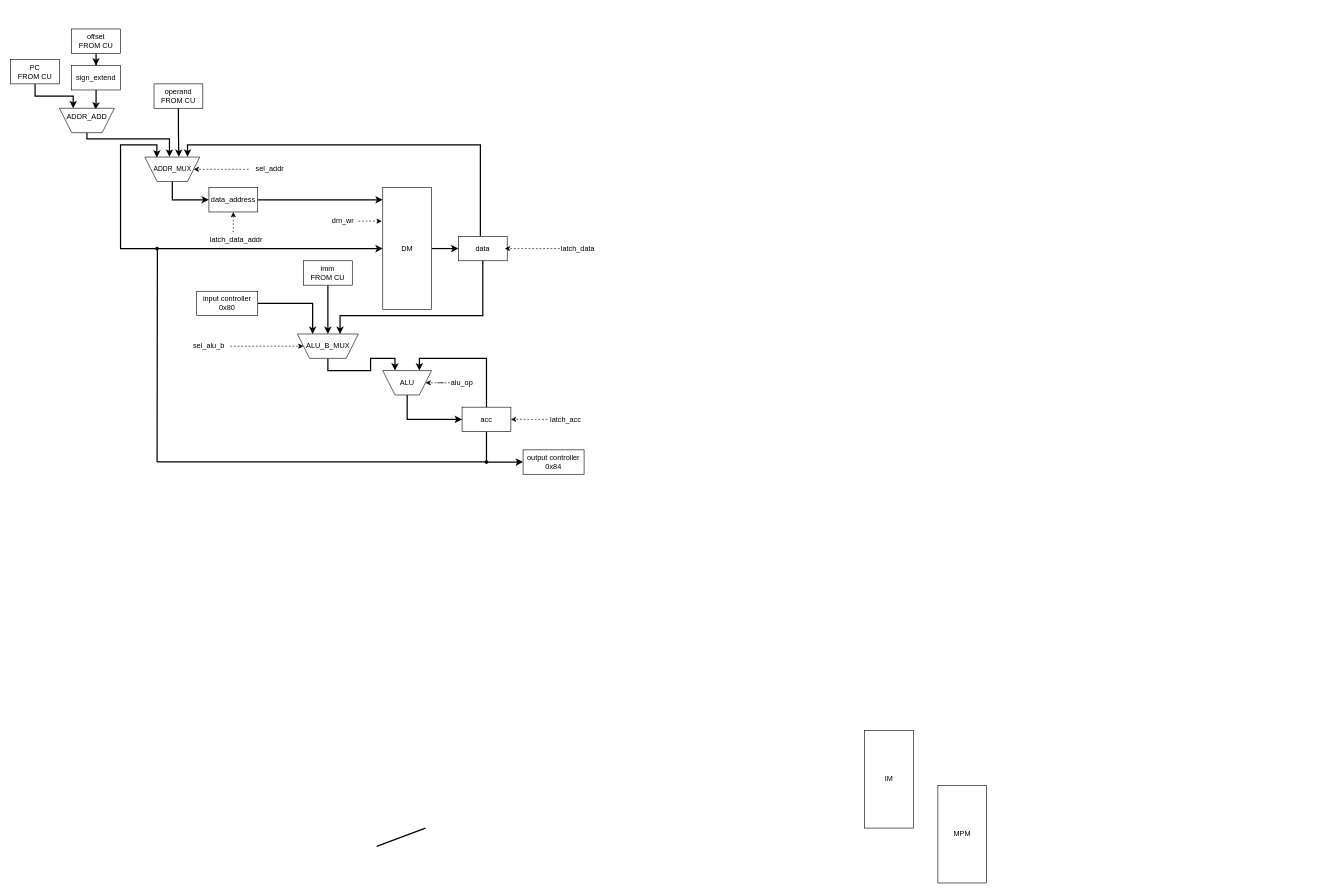
Above: csa/lab3/scheme/scheme.drawio in Miwm64/itmo_cse (draw.io), before the change. Source tidied: cells renumbered, new cells numbered last; positions are measured from the earlier drawing's top-left corner, leaving out a move shared by most shapes. Both pictures are drawn from the tidied source at 61%, with x=0, y=0 at pixel (10, 29).
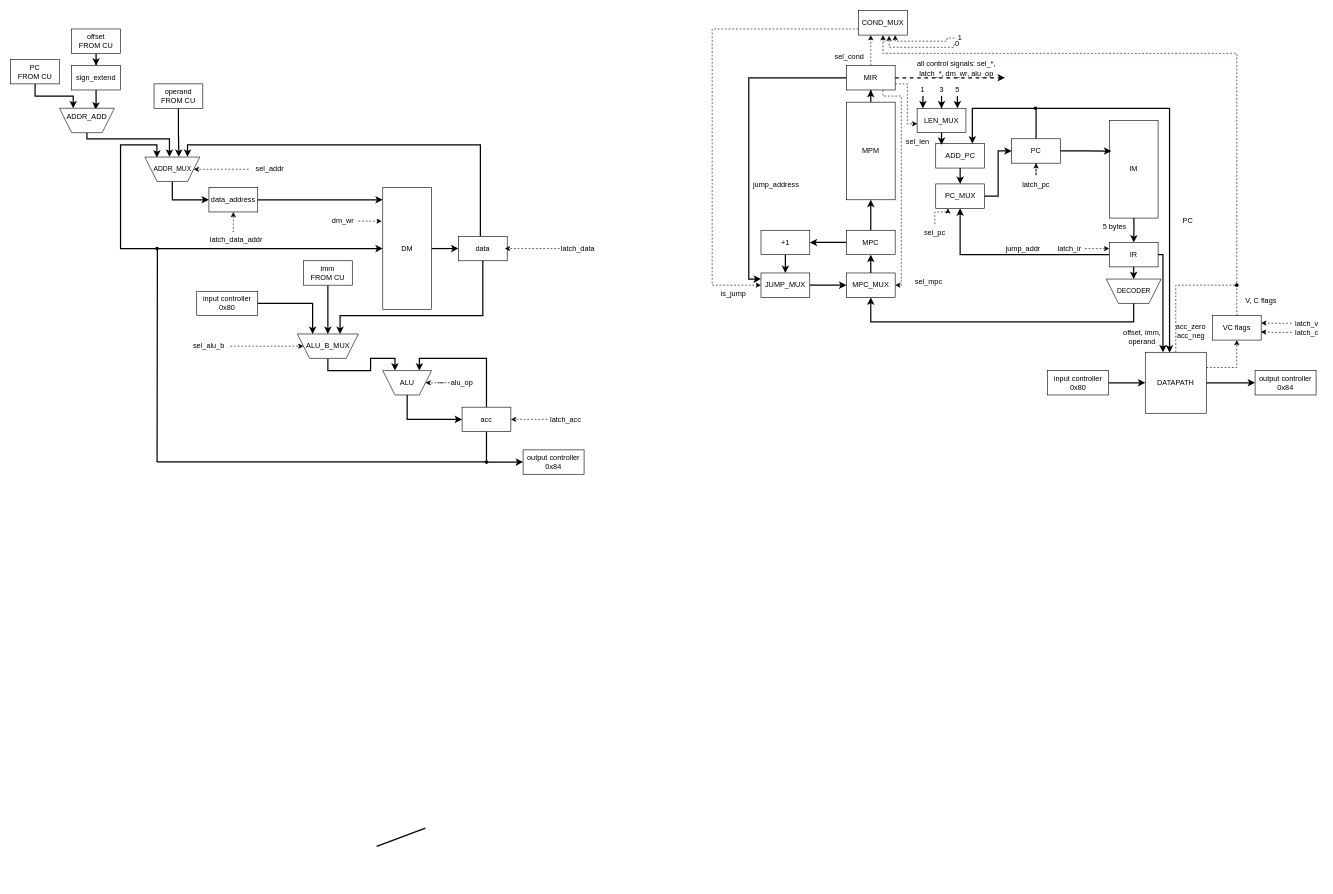
After the change.

Change to the diagram source:
```diff
@@
+    <mxCell id="63" style="edgeStyle=orthogonalEdgeStyle;rounded=0;jettySize=auto;html=1;entryX=0.5;entryY=0;entryDx=0;entryDy=0;strokeWidth=2;" parent="1" edge="1" target="90">
+      <mxGeometry relative="1" as="geometry">
+        <mxPoint x="1841" y="300" as="sourcePoint" />
+      </mxGeometry>
+    </mxCell>
     <mxCell id="4" value="IM" style="rounded=0;whiteSpace=wrap;html=1;" parent="1" vertex="1">
-      <mxGeometry x="1400" y="1150" width="80" height="160" as="geometry" />
+      <mxGeometry x="1801" y="150" width="80" height="160" as="geometry" />
     </mxCell>
+    <mxCell id="64" style="edgeStyle=orthogonalEdgeStyle;rounded=0;jettySize=auto;html=1;strokeWidth=2;" parent="1" edge="1" source="5" target="105">
+      <mxGeometry relative="1" as="geometry" />
+    </mxCell>
     <mxCell id="5" value="MPM" style="rounded=0;whiteSpace=wrap;html=1;" parent="1" vertex="1">
-      <mxGeometry x="1520" y="1240" width="80" height="160" as="geometry" />
+      <mxGeometry x="1370" y="120" width="80" height="160" as="geometry" />
     </mxCell>
@@
+    <mxCell id="65" style="edgeStyle=orthogonalEdgeStyle;rounded=0;jettySize=auto;html=1;strokeWidth=2;endArrow=none;endFill=0;" parent="1" edge="1" source="66">
+      <mxGeometry relative="1" as="geometry">
+        <mxPoint x="1681" y="130" as="targetPoint" />
+      </mxGeometry>
+    </mxCell>
+    <mxCell id="66" value="PC" style="rounded=0;whiteSpace=wrap;html=1;" parent="1" vertex="1">
+      <mxGeometry x="1641" y="180" width="80" height="40" as="geometry" />
+    </mxCell>
+    <mxCell id="67" style="group;" parent="1" vertex="1">
+      <mxGeometry x="1796" y="410" width="90" height="40" as="geometry" />
+    </mxCell>
+    <mxCell id="68" style="shape=trapezoid;perimeter=trapezoidPerimeter;whiteSpace=wrap;html=1;shapeInside=1;fixedSize=1;size=20;rotation=-180;" parent="67" vertex="1">
+      <mxGeometry width="90" height="40" as="geometry" />
+    </mxCell>
+    <mxCell id="69" value="DECODER" style="text;html=1;whiteSpace=wrap;strokeColor=none;fillColor=none;align=center;verticalAlign=middle;rounded=0;fontSize=11;" parent="67" vertex="1">
+      <mxGeometry x="5.6" y="5" width="78.8" height="30" as="geometry" />
+    </mxCell>
+    <mxCell id="70" style="edgeStyle=orthogonalEdgeStyle;rounded=0;jettySize=auto;html=1;entryX=0.5;entryY=1;entryDx=0;entryDy=0;exitX=1;exitY=0.25;exitDx=0;exitDy=0;strokeWidth=1;dashed=1;" parent="1" edge="1" source="73" target="78">
+      <mxGeometry relative="1" as="geometry" />
+    </mxCell>
+    <mxCell id="71" style="edgeStyle=orthogonalEdgeStyle;rounded=0;jettySize=auto;html=1;entryX=0;entryY=0.5;entryDx=0;entryDy=0;strokeWidth=2;" parent="1" edge="1" source="73" target="74">
+      <mxGeometry relative="1" as="geometry" />
+    </mxCell>
+    <mxCell id="72" style="edgeStyle=orthogonalEdgeStyle;rounded=0;jettySize=auto;html=1;endArrow=none;endFill=0;dashed=1;exitX=0.5;exitY=0;exitDx=0;exitDy=0;" parent="1" edge="1" source="73" target="112">
+      <mxGeometry relative="1" as="geometry">
+        <Array as="points">
+          <mxPoint x="1910" y="420" />
+        </Array>
+      </mxGeometry>
+    </mxCell>
+    <mxCell id="73" value="DATAPATH" style="rounded=0;whiteSpace=wrap;html=1;" parent="1" vertex="1">
+      <mxGeometry x="1860" y="530" width="100" height="100" as="geometry" />
+    </mxCell>
+    <mxCell id="74" value="output controller&lt;div&gt;0x84&lt;/div&gt;" style="rounded=0;whiteSpace=wrap;html=1;" parent="1" vertex="1">
+      <mxGeometry x="2040" y="560" width="100" height="40" as="geometry" />
+    </mxCell>
+    <mxCell id="75" style="edgeStyle=orthogonalEdgeStyle;rounded=0;jettySize=auto;html=1;entryX=0;entryY=0.5;entryDx=0;entryDy=0;strokeWidth=2;" parent="1" edge="1" source="76" target="73">
+      <mxGeometry relative="1" as="geometry" />
+    </mxCell>
+    <mxCell id="76" value="input controller&lt;div&gt;0x80&lt;/div&gt;" style="rounded=0;whiteSpace=wrap;html=1;" parent="1" vertex="1">
+      <mxGeometry x="1700" y="560" width="100" height="40" as="geometry" />
+    </mxCell>
+    <mxCell id="77" style="edgeStyle=orthogonalEdgeStyle;rounded=0;jettySize=auto;html=1;exitX=0.5;exitY=0;exitDx=0;exitDy=0;shadow=1;strokeWidth=1;dashed=1;entryX=0.5;entryY=1;entryDx=0;entryDy=0;" parent="1" edge="1" source="78" target="107">
+      <mxGeometry relative="1" as="geometry">
+        <Array as="points">
+          <mxPoint x="2010" y="40" />
+          <mxPoint x="1430" y="40" />
+        </Array>
+      </mxGeometry>
+    </mxCell>
+    <mxCell id="78" value="VC flags" style="rounded=0;whiteSpace=wrap;html=1;" parent="1" vertex="1">
+      <mxGeometry x="1970" y="470" width="80" height="40" as="geometry" />
+    </mxCell>
+    <mxCell id="79" value="latch_v&lt;div&gt;latch_c&lt;/div&gt;" style="text;html=1;whiteSpace=wrap;strokeColor=none;fillColor=none;align=center;verticalAlign=middle;rounded=0;" parent="1" vertex="1">
+      <mxGeometry x="2100" y="475" width="50" height="30" as="geometry" />
+    </mxCell>
+    <mxCell id="80" style="edgeStyle=orthogonalEdgeStyle;rounded=0;jettySize=auto;html=1;entryX=0.999;entryY=0.302;entryDx=0;entryDy=0;dashed=1;exitX=0;exitY=0.25;exitDx=0;exitDy=0;entryPerimeter=0;" parent="1" edge="1" source="79" target="78">
+      <mxGeometry relative="1" as="geometry" />
+    </mxCell>
+    <mxCell id="81" style="edgeStyle=orthogonalEdgeStyle;rounded=0;jettySize=auto;html=1;entryX=0.993;entryY=0.666;entryDx=0;entryDy=0;entryPerimeter=0;exitX=0;exitY=0.75;exitDx=0;exitDy=0;dashed=1;" parent="1" edge="1" source="79" target="78">
+      <mxGeometry relative="1" as="geometry" />
+    </mxCell>
+    <mxCell id="82" style="edgeStyle=orthogonalEdgeStyle;rounded=0;jettySize=auto;html=1;entryX=0.5;entryY=0;entryDx=0;entryDy=0;endArrow=none;endFill=0;startArrow=classic;startFill=1;exitX=0.5;exitY=1;exitDx=0;exitDy=0;strokeWidth=2;" parent="1" edge="1" source="96" target="68">
+      <mxGeometry relative="1" as="geometry">
+        <Array as="points">
+          <mxPoint x="1410" y="480.1" />
+          <mxPoint x="1841" y="480.1" />
+        </Array>
+      </mxGeometry>
+    </mxCell>
+    <mxCell id="83" style="edgeStyle=orthogonalEdgeStyle;rounded=0;jettySize=auto;html=1;entryX=0.5;entryY=1;entryDx=0;entryDy=0;strokeWidth=2;" parent="1" edge="1" source="85" target="5">
+      <mxGeometry relative="1" as="geometry" />
+    </mxCell>
+    <mxCell id="84" style="edgeStyle=orthogonalEdgeStyle;rounded=0;jettySize=auto;html=1;entryX=1;entryY=0.5;entryDx=0;entryDy=0;strokeWidth=2;" parent="1" edge="1" source="85" target="98">
+      <mxGeometry relative="1" as="geometry" />
+    </mxCell>
+    <mxCell id="85" value="M&lt;span style=&quot;background-color: transparent; color: light-dark(rgb(0, 0, 0), rgb(255, 255, 255));&quot;&gt;PC&lt;/span&gt;" style="rounded=0;whiteSpace=wrap;html=1;" parent="1" vertex="1">
+      <mxGeometry x="1370" y="330" width="80" height="40" as="geometry" />
+    </mxCell>
+    <mxCell id="86" style="edgeStyle=orthogonalEdgeStyle;rounded=0;jettySize=auto;html=1;entryX=0.041;entryY=0.376;entryDx=0;entryDy=0;entryPerimeter=0;strokeWidth=2;" parent="1" edge="1" source="66">
+      <mxGeometry relative="1" as="geometry">
+        <mxPoint x="1804.3" y="200.2" as="targetPoint" />
+      </mxGeometry>
+    </mxCell>
+    <mxCell id="87" style="edgeStyle=orthogonalEdgeStyle;rounded=0;jettySize=auto;html=1;entryX=0.5;entryY=1;entryDx=0;entryDy=0;strokeWidth=2;" parent="1" edge="1" target="68">
+      <mxGeometry relative="1" as="geometry">
+        <mxPoint x="1841" y="380" as="sourcePoint" />
+      </mxGeometry>
+    </mxCell>
+    <mxCell id="88" style="edgeStyle=orthogonalEdgeStyle;rounded=0;orthogonalLoop=1;jettySize=auto;html=1;strokeWidth=2;" parent="1" edge="1">
+      <mxGeometry relative="1" as="geometry">
+        <mxPoint x="1870" y="370" as="sourcePoint" />
+        <mxPoint x="1889" y="530" as="targetPoint" />
+        <Array as="points">
+          <mxPoint x="1889" y="370" />
+          <mxPoint x="1889" y="530" />
+        </Array>
+      </mxGeometry>
+    </mxCell>
+    <mxCell id="89" style="edgeStyle=orthogonalEdgeStyle;rounded=0;jettySize=auto;html=1;entryX=0.5;entryY=1;entryDx=0;entryDy=0;strokeWidth=2;" parent="1" edge="1" source="90" target="125">
+      <mxGeometry relative="1" as="geometry" />
+    </mxCell>
+    <mxCell id="90" value="IR" style="rounded=0;whiteSpace=wrap;html=1;" parent="1" vertex="1">
+      <mxGeometry x="1801" y="350" width="80" height="40" as="geometry" />
+    </mxCell>
+    <mxCell id="91" value="latch_ir" style="text;html=1;whiteSpace=wrap;strokeColor=none;fillColor=none;align=center;verticalAlign=middle;rounded=0;" parent="1" vertex="1">
+      <mxGeometry x="1711" y="345" width="50" height="30" as="geometry" />
+    </mxCell>
+    <mxCell id="92" style="edgeStyle=orthogonalEdgeStyle;rounded=0;jettySize=auto;html=1;entryX=0;entryY=0.5;entryDx=0;entryDy=0;dashed=1;exitX=1;exitY=0.5;exitDx=0;exitDy=0;" parent="1" edge="1" source="91">
+      <mxGeometry relative="1" as="geometry">
+        <mxPoint x="1801" y="360" as="targetPoint" />
+      </mxGeometry>
+    </mxCell>
+    <mxCell id="93" style="edgeStyle=orthogonalEdgeStyle;rounded=0;jettySize=auto;html=1;entryX=0.5;entryY=1;entryDx=0;entryDy=0;dashed=1;" parent="1" edge="1" source="94" target="66">
+      <mxGeometry relative="1" as="geometry" />
+    </mxCell>
+    <mxCell id="94" value="latch_pc" style="text;html=1;whiteSpace=wrap;strokeColor=none;fillColor=none;align=center;verticalAlign=middle;rounded=0;" parent="1" vertex="1">
+      <mxGeometry x="1656" y="240" width="50" height="30" as="geometry" />
+    </mxCell>
+    <mxCell id="95" style="edgeStyle=orthogonalEdgeStyle;rounded=0;jettySize=auto;html=1;entryX=0.5;entryY=0;entryDx=0;entryDy=0;endArrow=none;endFill=0;startArrow=classic;startFill=1;exitX=0.5;exitY=1;exitDx=0;exitDy=0;strokeWidth=2;" parent="1" edge="1" source="85" target="96">
+      <mxGeometry relative="1" as="geometry" />
+    </mxCell>
+    <mxCell id="96" value="M&lt;span style=&quot;background-color: transparent; color: light-dark(rgb(0, 0, 0), rgb(255, 255, 255));&quot;&gt;PC_MUX&lt;/span&gt;" style="rounded=0;whiteSpace=wrap;html=1;" parent="1" vertex="1">
+      <mxGeometry x="1370" y="400" width="80" height="40" as="geometry" />
+    </mxCell>
+    <mxCell id="97" style="edgeStyle=orthogonalEdgeStyle;rounded=0;jettySize=auto;html=1;entryX=0.5;entryY=0;entryDx=0;entryDy=0;endArrow=classic;endFill=1;strokeWidth=2;" parent="1" edge="1" source="98" target="100">
+      <mxGeometry relative="1" as="geometry" />
+    </mxCell>
+    <mxCell id="98" value="+1" style="rounded=0;whiteSpace=wrap;html=1;" parent="1" vertex="1">
+      <mxGeometry x="1230" y="330" width="80" height="40" as="geometry" />
+    </mxCell>
+    <mxCell id="99" style="edgeStyle=orthogonalEdgeStyle;rounded=0;jettySize=auto;html=1;entryX=0;entryY=0.5;entryDx=0;entryDy=0;strokeWidth=2;" parent="1" edge="1" source="100" target="96">
+      <mxGeometry relative="1" as="geometry" />
+    </mxCell>
+    <mxCell id="100" value="JUMP_MUX" style="rounded=0;whiteSpace=wrap;html=1;" parent="1" vertex="1">
+      <mxGeometry x="1230" y="400" width="80" height="40" as="geometry" />
+    </mxCell>
+    <mxCell id="101" style="edgeStyle=orthogonalEdgeStyle;rounded=0;jettySize=auto;html=1;entryX=0.25;entryY=1;entryDx=0;entryDy=0;strokeWidth=1;dashed=1;" parent="1" edge="1" source="105" target="107">
+      <mxGeometry relative="1" as="geometry" />
+    </mxCell>
+    <mxCell id="102" style="edgeStyle=orthogonalEdgeStyle;rounded=0;jettySize=auto;html=1;entryX=0;entryY=0.25;entryDx=0;entryDy=0;strokeWidth=2;" parent="1" edge="1" source="105" target="100">
+      <mxGeometry relative="1" as="geometry" />
+    </mxCell>
+    <mxCell id="103" style="edgeStyle=orthogonalEdgeStyle;rounded=0;jettySize=auto;html=1;entryX=1;entryY=0.5;entryDx=0;entryDy=0;dashed=1;exitX=0.75;exitY=1;exitDx=0;exitDy=0;" parent="1" edge="1" source="105" target="96">
+      <mxGeometry relative="1" as="geometry">
+        <Array as="points">
+          <mxPoint x="1430" y="110" />
+          <mxPoint x="1460" y="110" />
+          <mxPoint x="1460" y="420" />
+        </Array>
+      </mxGeometry>
+    </mxCell>
+    <mxCell id="104" style="edgeStyle=orthogonalEdgeStyle;rounded=0;jettySize=auto;html=1;strokeWidth=2;dashed=1;" parent="1" edge="1" source="105">
+      <mxGeometry relative="1" as="geometry">
+        <mxPoint x="1630" y="80" as="targetPoint" />
+      </mxGeometry>
+    </mxCell>
+    <mxCell id="105" value="MIR" style="rounded=0;whiteSpace=wrap;html=1;" parent="1" vertex="1">
+      <mxGeometry x="1370" y="60" width="80" height="40" as="geometry" />
+    </mxCell>
+    <mxCell id="106" style="edgeStyle=orthogonalEdgeStyle;rounded=0;jettySize=auto;html=1;entryX=0;entryY=0.5;entryDx=0;entryDy=0;strokeWidth=1;dashed=1;" parent="1" edge="1" source="107" target="100">
+      <mxGeometry relative="1" as="geometry">
+        <Array as="points">
+          <mxPoint x="1150" />
+          <mxPoint x="1150" y="420" />
+        </Array>
+      </mxGeometry>
+    </mxCell>
+    <mxCell id="107" value="COND_MUX" style="rounded=0;whiteSpace=wrap;html=1;" parent="1" vertex="1">
+      <mxGeometry x="1390" y="-30" width="80" height="40" as="geometry" />
+    </mxCell>
+    <mxCell id="108" value="acc_zero&lt;br&gt;acc_neg" style="text;html=1;whiteSpace=wrap;strokeColor=none;fillColor=none;align=center;verticalAlign=middle;rounded=0;" parent="1" vertex="1">
+      <mxGeometry x="1910" y="480" width="50" height="30" as="geometry" />
+    </mxCell>
+    <mxCell id="109" value="sel_mpc" style="text;html=1;whiteSpace=wrap;strokeColor=none;fillColor=none;align=center;verticalAlign=middle;rounded=0;" parent="1" vertex="1">
+      <mxGeometry x="1480" y="400" width="50" height="30" as="geometry" />
+    </mxCell>
+    <mxCell id="110" value="jump_address" style="text;html=1;whiteSpace=wrap;strokeColor=none;fillColor=none;align=center;verticalAlign=middle;rounded=0;" parent="1" vertex="1">
+      <mxGeometry x="1230" y="240" width="50" height="30" as="geometry" />
+    </mxCell>
+    <mxCell id="111" value="is_jump" style="text;html=1;whiteSpace=wrap;strokeColor=none;fillColor=none;align=center;verticalAlign=middle;rounded=0;" parent="1" vertex="1">
+      <mxGeometry x="1160" y="420" width="50" height="30" as="geometry" />
+    </mxCell>
+    <mxCell id="112" style="shape=waypoint;sketch=0;size=6;points=[];fillColor=none;perimeter=centerPerimeter;snapToPoint=1;" parent="1" vertex="1">
+      <mxGeometry x="2000" y="410" width="20" height="20" as="geometry" />
+    </mxCell>
+    <mxCell id="113" value="V, C flags" style="text;html=1;whiteSpace=wrap;strokeColor=none;fillColor=none;align=center;verticalAlign=middle;rounded=0;" parent="1" vertex="1">
+      <mxGeometry x="2020" y="430" width="60" height="30" as="geometry" />
+    </mxCell>
+    <mxCell id="114" value="sel_cond" style="text;html=1;whiteSpace=wrap;strokeColor=none;fillColor=none;align=center;verticalAlign=middle;rounded=0;" parent="1" vertex="1">
+      <mxGeometry x="1350" y="30" width="50" height="30" as="geometry" />
+    </mxCell>
+    <mxCell id="115" style="edgeStyle=orthogonalEdgeStyle;rounded=0;jettySize=auto;html=1;entryX=0.75;entryY=1;entryDx=0;entryDy=0;exitX=0;exitY=0.5;exitDx=0;exitDy=0;dashed=1;" parent="1" edge="1" source="116" target="107">
+      <mxGeometry relative="1" as="geometry">
+        <Array as="points">
+          <mxPoint x="1535" y="15" />
+          <mxPoint x="1535" y="20" />
+          <mxPoint x="1450" y="20" />
+        </Array>
+      </mxGeometry>
+    </mxCell>
+    <mxCell id="116" value="1" style="text;html=1;whiteSpace=wrap;strokeColor=none;fillColor=none;align=center;verticalAlign=middle;rounded=0;" parent="1" vertex="1">
+      <mxGeometry x="1547" width="19" height="30" as="geometry" />
+    </mxCell>
+    <mxCell id="117" value="0" style="text;html=1;whiteSpace=wrap;strokeColor=none;fillColor=none;align=center;verticalAlign=middle;rounded=0;" parent="1" vertex="1">
+      <mxGeometry x="1546.5" y="10" width="10" height="30" as="geometry" />
+    </mxCell>
+    <mxCell id="118" style="edgeStyle=orthogonalEdgeStyle;rounded=0;jettySize=auto;html=1;entryX=0.626;entryY=1.026;entryDx=0;entryDy=0;entryPerimeter=0;dashed=1;exitX=0;exitY=0.5;exitDx=0;exitDy=0;" parent="1" edge="1" source="117" target="107">
+      <mxGeometry relative="1" as="geometry">
+        <Array as="points">
+          <mxPoint x="1546.5" y="30" />
+          <mxPoint x="1440.1" y="30" />
+        </Array>
+      </mxGeometry>
+    </mxCell>
+    <mxCell id="119" value="all control signals: sel_*, latch_*, dm_wr, alu_op" style="text;html=1;whiteSpace=wrap;strokeColor=none;fillColor=none;align=center;verticalAlign=middle;rounded=0;" parent="1" vertex="1">
+      <mxGeometry x="1470" y="50" width="161" height="30" as="geometry" />
+    </mxCell>
+    <mxCell id="120" value="offset, imm,&lt;div&gt;operand&lt;/div&gt;" style="text;html=1;whiteSpace=wrap;strokeColor=none;fillColor=none;align=center;verticalAlign=middle;rounded=0;" parent="1" vertex="1">
+      <mxGeometry x="1810" y="490" width="90" height="30" as="geometry" />
+    </mxCell>
+    <mxCell id="121" style="edgeStyle=orthogonalEdgeStyle;rounded=0;jettySize=auto;html=1;strokeWidth=2;endArrow=none;endFill=0;" parent="1" edge="1" source="127">
+      <mxGeometry relative="1" as="geometry">
+        <mxPoint x="1900" y="130" as="targetPoint" />
+      </mxGeometry>
+    </mxCell>
+    <mxCell id="122" style="edgeStyle=orthogonalEdgeStyle;rounded=0;jettySize=auto;html=1;strokeWidth=2;endArrow=none;endFill=0;exitX=0.398;exitY=0.006;exitDx=0;exitDy=0;exitPerimeter=0;startArrow=classic;startFill=1;" parent="1" edge="1" source="73">
+      <mxGeometry relative="1" as="geometry">
+        <mxPoint x="1899.8" y="130" as="targetPoint" />
+        <Array as="points">
+          <mxPoint x="1899.8" y="130" />
+        </Array>
+      </mxGeometry>
+    </mxCell>
+    <mxCell id="123" value="PC" style="text;html=1;whiteSpace=wrap;strokeColor=none;fillColor=none;align=center;verticalAlign=middle;rounded=0;" parent="1" vertex="1">
+      <mxGeometry x="1900" y="300" width="60" height="30" as="geometry" />
+    </mxCell>
+    <mxCell id="124" style="edgeStyle=orthogonalEdgeStyle;rounded=0;jettySize=auto;html=1;entryX=0;entryY=0.5;entryDx=0;entryDy=0;strokeWidth=2;" parent="1" edge="1" source="125" target="66">
+      <mxGeometry relative="1" as="geometry" />
+    </mxCell>
+    <mxCell id="125" value="PC_MUX" style="rounded=0;whiteSpace=wrap;html=1;" parent="1" vertex="1">
+      <mxGeometry x="1516.5" y="254" width="80" height="40" as="geometry" />
+    </mxCell>
+    <mxCell id="126" style="edgeStyle=orthogonalEdgeStyle;rounded=0;jettySize=auto;html=1;entryX=0.75;entryY=0;entryDx=0;entryDy=0;strokeWidth=2;" parent="1" edge="1" source="127" target="141">
+      <mxGeometry relative="1" as="geometry" />
+    </mxCell>
+    <mxCell id="127" style="shape=waypoint;sketch=0;size=6;points=[];fillColor=none;perimeter=centerPerimeter;snapToPoint=1;" parent="1" vertex="1">
+      <mxGeometry x="1670" y="120" width="20" height="20" as="geometry" />
+    </mxCell>
+    <mxCell id="128" value="LEN_MUX" style="rounded=0;whiteSpace=wrap;html=1;" parent="1" vertex="1">
+      <mxGeometry x="1486" y="130" width="80" height="40" as="geometry" />
+    </mxCell>
+    <mxCell id="129" value="sel_pc" style="text;html=1;whiteSpace=wrap;strokeColor=none;fillColor=none;align=center;verticalAlign=middle;rounded=0;" parent="1" vertex="1">
+      <mxGeometry x="1490" y="320" width="50" height="30" as="geometry" />
+    </mxCell>
+    <mxCell id="130" style="edgeStyle=orthogonalEdgeStyle;rounded=0;jettySize=auto;html=1;entryX=0.25;entryY=1;entryDx=0;entryDy=0;dashed=1;" parent="1" edge="1" source="129" target="125">
+      <mxGeometry relative="1" as="geometry" />
+    </mxCell>
+    <mxCell id="131" value="jump_addr" style="text;html=1;whiteSpace=wrap;strokeColor=none;fillColor=none;align=center;verticalAlign=middle;rounded=0;" parent="1" vertex="1">
+      <mxGeometry x="1630" y="345" width="60" height="30" as="geometry" />
+    </mxCell>
+    <mxCell id="132" style="edgeStyle=orthogonalEdgeStyle;rounded=0;jettySize=auto;html=1;entryX=0.004;entryY=0.636;entryDx=0;entryDy=0;entryPerimeter=0;exitX=1;exitY=0.75;exitDx=0;exitDy=0;dashed=1;" parent="1" edge="1" source="105" target="128">
+      <mxGeometry relative="1" as="geometry">
+        <Array as="points">
+          <mxPoint x="1470" y="90" />
+          <mxPoint x="1470" y="155.4" />
+        </Array>
+      </mxGeometry>
+    </mxCell>
+    <mxCell id="133" value="sel_len" style="text;html=1;whiteSpace=wrap;strokeColor=none;fillColor=none;align=center;verticalAlign=middle;rounded=0;" parent="1" vertex="1">
+      <mxGeometry x="1462" y="170" width="50" height="30" as="geometry" />
+    </mxCell>
+    <mxCell id="134" value="1" style="text;html=1;whiteSpace=wrap;strokeColor=none;fillColor=none;align=center;verticalAlign=middle;rounded=0;" parent="1" vertex="1">
+      <mxGeometry x="1486" y="90" width="19" height="20" as="geometry" />
+    </mxCell>
+    <mxCell id="135" style="edgeStyle=orthogonalEdgeStyle;rounded=0;jettySize=auto;html=1;entryX=0.5;entryY=0;entryDx=0;entryDy=0;strokeWidth=2;" parent="1" edge="1" source="136" target="128">
+      <mxGeometry relative="1" as="geometry" />
+    </mxCell>
+    <mxCell id="136" value="3" style="text;html=1;whiteSpace=wrap;strokeColor=none;fillColor=none;align=center;verticalAlign=middle;rounded=0;" parent="1" vertex="1">
+      <mxGeometry x="1516.5" y="90" width="19" height="20" as="geometry" />
+    </mxCell>
+    <mxCell id="137" value="5" style="text;html=1;whiteSpace=wrap;strokeColor=none;fillColor=none;align=center;verticalAlign=middle;rounded=0;" parent="1" vertex="1">
+      <mxGeometry x="1542.5" y="90" width="19" height="20" as="geometry" />
+    </mxCell>
+    <mxCell id="138" style="edgeStyle=orthogonalEdgeStyle;rounded=0;jettySize=auto;html=1;entryX=0.121;entryY=-0.002;entryDx=0;entryDy=0;entryPerimeter=0;strokeWidth=2;" parent="1" edge="1" source="134" target="128">
+      <mxGeometry relative="1" as="geometry" />
+    </mxCell>
+    <mxCell id="139" style="edgeStyle=orthogonalEdgeStyle;rounded=0;jettySize=auto;html=1;entryX=0.833;entryY=0.017;entryDx=0;entryDy=0;entryPerimeter=0;strokeWidth=2;" parent="1" edge="1" source="137" target="128">
+      <mxGeometry relative="1" as="geometry" />
+    </mxCell>
+    <mxCell id="140" style="edgeStyle=orthogonalEdgeStyle;rounded=0;jettySize=auto;html=1;entryX=0.5;entryY=0;entryDx=0;entryDy=0;strokeWidth=2;" parent="1" edge="1" source="141" target="125">
+      <mxGeometry relative="1" as="geometry" />
+    </mxCell>
+    <mxCell id="141" value="ADD_PC" style="rounded=0;whiteSpace=wrap;html=1;" parent="1" vertex="1">
+      <mxGeometry x="1516.5" y="188" width="80" height="40" as="geometry" />
+    </mxCell>
+    <mxCell id="142" style="edgeStyle=orthogonalEdgeStyle;rounded=0;jettySize=auto;html=1;strokeWidth=2;" parent="1" edge="1" source="128">
+      <mxGeometry relative="1" as="geometry">
+        <mxPoint x="1525.8" y="190" as="targetPoint" />
+      </mxGeometry>
+    </mxCell>
+    <mxCell id="143" value="5 bytes" style="text;html=1;whiteSpace=wrap;strokeColor=none;fillColor=none;align=center;verticalAlign=middle;rounded=0;" parent="1" vertex="1">
+      <mxGeometry x="1780" y="310" width="60" height="30" as="geometry" />
+    </mxCell>
```
